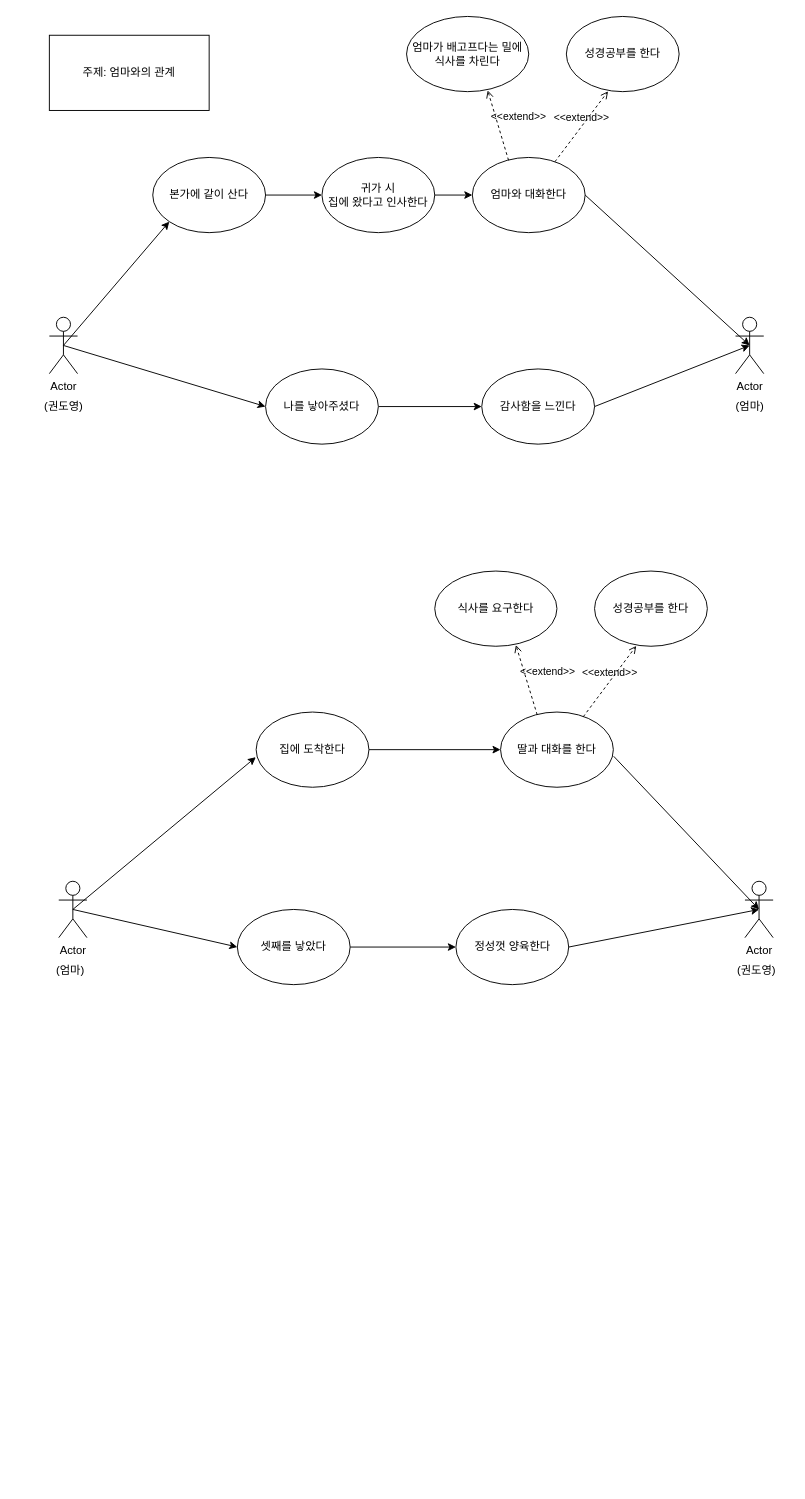
The draw.io diagram 인간관계를 유스케이스 다이어그램으로.drawio in doit0/usecase-diagram, before the edit. Source tidied: cells renumbered, new cells numbered last; positions are measured from the earlier drawing's top-left corner, leaving out a move shared by most shapes. Both pictures are drawn from the tidied source at 94%, with x=0, y=0 at pixel (30, 16).
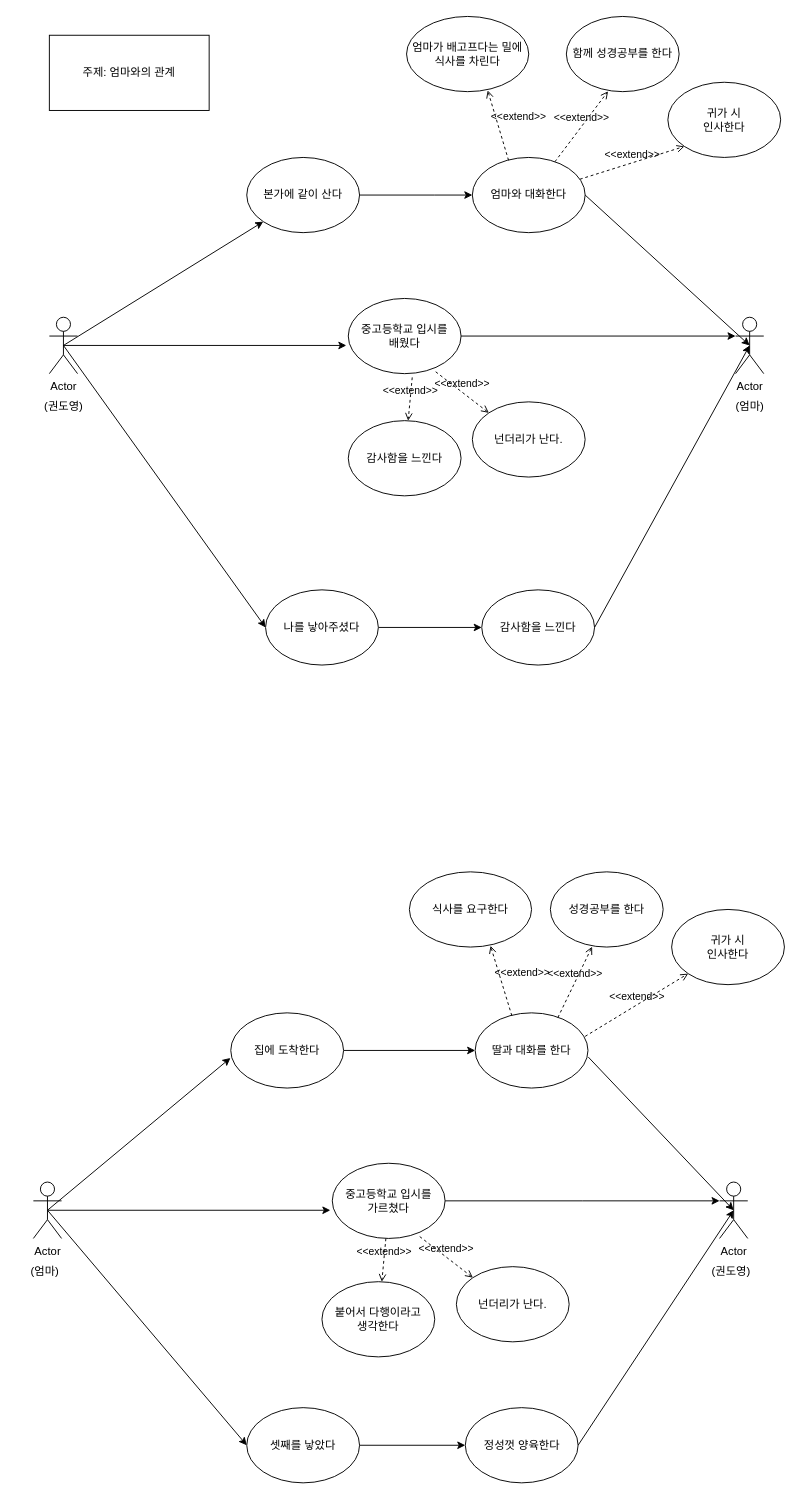
The same page after the edit.

Commit message:
인간관계를 유스케이스 다이어그램으로.drawio 업데이트

The change refers to these unchanged cells:
```xml
<mxCell id="2" value="Actor" style="shape=umlActor;verticalLabelPosition=bottom;verticalAlign=top;html=1;outlineConnect=0;" parent="1" vertex="1">
  <mxGeometry x="20" y="320" width="30" height="60" as="geometry" />
</mxCell>
<mxCell id="4" value="Actor" style="shape=umlActor;verticalLabelPosition=bottom;verticalAlign=top;html=1;outlineConnect=0;" parent="1" vertex="1">
  <mxGeometry x="750" y="320" width="30" height="60" as="geometry" />
</mxCell>
<mxCell id="17" value="엄마와 대화한다" style="ellipse;whiteSpace=wrap;html=1;" parent="1" vertex="1">
  <mxGeometry x="470" y="150" width="120" height="80" as="geometry" />
</mxCell>
```

Diff of the diagram source:
```diff
@@
     <mxCell id="6" value="Actor" style="shape=umlActor;verticalLabelPosition=bottom;verticalAlign=top;html=1;outlineConnect=0;" parent="1" vertex="1">
-      <mxGeometry x="30" y="920" width="30" height="60" as="geometry" />
+      <mxGeometry x="3" y="1240" width="30" height="60" as="geometry" />
     </mxCell>
     <mxCell id="7" value="(권도영)" style="text;html=1;align=center;verticalAlign=middle;strokeColor=none;fillColor=none;" parent="1" vertex="1">
-      <mxGeometry x="737" y="1000" width="70" height="30" as="geometry" />
+      <mxGeometry x="710" y="1320" width="70" height="30" as="geometry" />
     </mxCell>
     <mxCell id="8" value="Actor" style="shape=umlActor;verticalLabelPosition=bottom;verticalAlign=top;html=1;outlineConnect=0;" parent="1" vertex="1">
-      <mxGeometry x="760" y="920" width="30" height="60" as="geometry" />
+      <mxGeometry x="733" y="1240" width="30" height="60" as="geometry" />
     </mxCell>
     <mxCell id="9" value="(엄마)" style="text;html=1;align=center;verticalAlign=middle;strokeColor=none;fillColor=none;" parent="1" vertex="1">
-      <mxGeometry x="12" y="1000" width="60" height="30" as="geometry" />
+      <mxGeometry x="-15" y="1320" width="60" height="30" as="geometry" />
     </mxCell>
-    <mxCell id="10" style="edgeStyle=orthogonalEdgeStyle;rounded=0;jettySize=auto;html=1;" parent="1" edge="1" source="11" target="17">
-      <mxGeometry relative="1" as="geometry" />
-    </mxCell>
-    <mxCell id="11" value="귀가 시&lt;br&gt;집에 왔다고 인사한다" style="ellipse;whiteSpace=wrap;html=1;" parent="1" vertex="1">
-      <mxGeometry x="310" y="150" width="120" height="80" as="geometry" />
+    <mxCell id="11" value="귀가 시&lt;br&gt;인사한다" style="ellipse;whiteSpace=wrap;html=1;" parent="1" vertex="1">
+      <mxGeometry x="678" y="70" width="120" height="80" as="geometry" />
     </mxCell>
@@
     <mxCell id="15" value="나를 낳아주셨다" style="ellipse;whiteSpace=wrap;html=1;" parent="1" vertex="1">
-      <mxGeometry x="250" y="375" width="120" height="80" as="geometry" />
+      <mxGeometry x="250" y="610" width="120" height="80" as="geometry" />
     </mxCell>
@@
     <mxCell id="19" value="집에 도착한다" style="ellipse;whiteSpace=wrap;html=1;" parent="1" vertex="1">
-      <mxGeometry x="240" y="740" width="120" height="80" as="geometry" />
+      <mxGeometry x="213" y="1060" width="120" height="80" as="geometry" />
     </mxCell>
@@
     <mxCell id="22" value="셋째를 낳았다" style="ellipse;whiteSpace=wrap;html=1;" parent="1" vertex="1">
-      <mxGeometry x="220" y="950" width="120" height="80" as="geometry" />
+      <mxGeometry x="230" y="1480" width="120" height="80" as="geometry" />
     </mxCell>
@@
     <mxCell id="24" value="딸과 대화를 한다" style="ellipse;whiteSpace=wrap;html=1;" parent="1" vertex="1">
-      <mxGeometry x="500" y="740" width="120" height="80" as="geometry" />
+      <mxGeometry x="473" y="1060" width="120" height="80" as="geometry" />
     </mxCell>
@@
     <mxCell id="26" value="감사함을 느낀다" style="ellipse;whiteSpace=wrap;html=1;" parent="1" vertex="1">
-      <mxGeometry x="480" y="375" width="120" height="80" as="geometry" />
+      <mxGeometry x="480" y="610" width="120" height="80" as="geometry" />
     </mxCell>
@@
-    <mxCell id="32" value="성경공부를 한다" style="ellipse;whiteSpace=wrap;html=1;" parent="1" vertex="1">
+    <mxCell id="32" value="함께 성경공부를 한다" style="ellipse;whiteSpace=wrap;html=1;" parent="1" vertex="1">
       <mxGeometry x="570" width="120" height="80" as="geometry" />
     </mxCell>
-    <mxCell id="33" style="edgeStyle=orthogonalEdgeStyle;rounded=0;jettySize=auto;html=1;" parent="1" edge="1" source="34" target="11">
-      <mxGeometry relative="1" as="geometry" />
-    </mxCell>
+    <mxCell id="41" style="edgeStyle=orthogonalEdgeStyle;rounded=0;jettySize=auto;html=1;" parent="1" edge="1" source="34" target="17">
+      <mxGeometry relative="1" as="geometry">
+        <Array as="points">
+          <mxPoint x="430" y="190" />
+          <mxPoint x="430" y="190" />
+        </Array>
+      </mxGeometry>
+    </mxCell>
     <mxCell id="34" value="본가에 같이 산다" style="ellipse;whiteSpace=wrap;html=1;" parent="1" vertex="1">
-      <mxGeometry x="130" y="150" width="120" height="80" as="geometry" />
+      <mxGeometry x="230" y="150" width="120" height="80" as="geometry" />
     </mxCell>
     <mxCell id="35" value="&amp;lt;&amp;lt;extend&amp;gt;&amp;gt;" style="html=1;verticalAlign=bottom;labelBackgroundColor=none;endArrow=open;endFill=0;dashed=1;rounded=0;entryX=0.664;entryY=0.983;entryDx=0;entryDy=0;entryPerimeter=0;exitX=0.321;exitY=0.038;exitDx=0;exitDy=0;exitPerimeter=0;" parent="1" edge="1" target="37">
       <mxGeometry x="-0.18" y="-21" relative="1" as="geometry">
-        <mxPoint x="539" y="743" as="sourcePoint" />
+        <mxPoint x="512" y="1063" as="sourcePoint" />
       </mxGeometry>
     </mxCell>
     <mxCell id="36" value="&amp;lt;&amp;lt;extend&amp;gt;&amp;gt;" style="html=1;verticalAlign=bottom;labelBackgroundColor=none;endArrow=open;endFill=0;dashed=1;rounded=0;exitX=0.732;exitY=0.057;exitDx=0;exitDy=0;exitPerimeter=0;entryX=0.37;entryY=0.995;entryDx=0;entryDy=0;entryPerimeter=0;" parent="1" edge="1" target="38">
       <mxGeometry relative="1" as="geometry">
-        <mxPoint x="588" y="745" as="sourcePoint" />
+        <mxPoint x="561" y="1065" as="sourcePoint" />
       </mxGeometry>
     </mxCell>
     <mxCell id="37" value="식사를 요구한다" style="ellipse;whiteSpace=wrap;html=1;" parent="1" vertex="1">
-      <mxGeometry x="430" y="590" width="130" height="80" as="geometry" />
+      <mxGeometry x="403" y="910" width="130" height="80" as="geometry" />
     </mxCell>
     <mxCell id="38" value="성경공부를 한다" style="ellipse;whiteSpace=wrap;html=1;" parent="1" vertex="1">
-      <mxGeometry x="600" y="590" width="120" height="80" as="geometry" />
+      <mxGeometry x="553" y="910" width="120" height="80" as="geometry" />
     </mxCell>
     <mxCell id="39" value="정성껏 양육한다" style="ellipse;whiteSpace=wrap;html=1;" parent="1" vertex="1">
-      <mxGeometry x="452.5" y="950" width="120" height="80" as="geometry" />
+      <mxGeometry x="462.5" y="1480" width="120" height="80" as="geometry" />
     </mxCell>
@@
+    <mxCell id="42" value="&amp;lt;&amp;lt;extend&amp;gt;&amp;gt;" style="html=1;verticalAlign=bottom;labelBackgroundColor=none;endArrow=open;endFill=0;dashed=1;rounded=0;entryX=0;entryY=1;entryDx=0;entryDy=0;" parent="1" edge="1" source="17" target="11">
+      <mxGeometry relative="1" as="geometry" />
+    </mxCell>
+    <mxCell id="43" style="endArrow=classic;html=1;rounded=0;exitX=0.5;exitY=0.5;exitDx=0;exitDy=0;exitPerimeter=0;entryX=-0.017;entryY=0.625;entryDx=0;entryDy=0;entryPerimeter=0;" parent="1" edge="1" source="2" target="45">
+      <mxGeometry relative="1" as="geometry" />
+    </mxCell>
+    <mxCell id="44" style="edgeStyle=orthogonalEdgeStyle;rounded=0;jettySize=auto;html=1;entryX=0;entryY=0.3333333333333333;entryDx=0;entryDy=0;entryPerimeter=0;" parent="1" edge="1" source="45" target="4">
+      <mxGeometry relative="1" as="geometry" />
+    </mxCell>
+    <mxCell id="45" value="중고등학교 입시를&lt;br&gt;배웠다" style="ellipse;whiteSpace=wrap;html=1;" parent="1" vertex="1">
+      <mxGeometry x="338" y="300" width="120" height="80" as="geometry" />
+    </mxCell>
+    <mxCell id="46" value="넌더리가 난다." style="ellipse;whiteSpace=wrap;html=1;" parent="1" vertex="1">
+      <mxGeometry x="470" y="410" width="120" height="80" as="geometry" />
+    </mxCell>
+    <mxCell id="47" value="귀가 시&lt;br&gt;인사한다" style="ellipse;whiteSpace=wrap;html=1;" parent="1" vertex="1">
+      <mxGeometry x="682" y="950" width="120" height="80" as="geometry" />
+    </mxCell>
+    <mxCell id="48" value="&amp;lt;&amp;lt;extend&amp;gt;&amp;gt;" style="html=1;verticalAlign=bottom;labelBackgroundColor=none;endArrow=open;endFill=0;dashed=1;rounded=0;exitX=0.975;exitY=0.313;exitDx=0;exitDy=0;exitPerimeter=0;entryX=0;entryY=1;entryDx=0;entryDy=0;" parent="1" edge="1" source="24" target="47">
+      <mxGeometry relative="1" as="geometry" />
+    </mxCell>
+    <mxCell id="49" value="&amp;lt;&amp;lt;extend&amp;gt;&amp;gt;" style="html=1;verticalAlign=bottom;labelBackgroundColor=none;endArrow=open;endFill=0;dashed=1;rounded=0;entryX=0;entryY=0;entryDx=0;entryDy=0;exitX=0.775;exitY=0.975;exitDx=0;exitDy=0;exitPerimeter=0;" parent="1" edge="1" source="45" target="46">
+      <mxGeometry relative="1" as="geometry" />
+    </mxCell>
+    <mxCell id="50" value="감사함을 느낀다" style="ellipse;whiteSpace=wrap;html=1;" parent="1" vertex="1">
+      <mxGeometry x="338" y="430" width="120" height="80" as="geometry" />
+    </mxCell>
+    <mxCell id="51" value="&amp;lt;&amp;lt;extend&amp;gt;&amp;gt;" style="html=1;verticalAlign=bottom;labelBackgroundColor=none;endArrow=open;endFill=0;dashed=1;rounded=0;exitX=0.567;exitY=1.05;exitDx=0;exitDy=0;exitPerimeter=0;" parent="1" edge="1" source="45" target="50">
+      <mxGeometry relative="1" as="geometry" />
+    </mxCell>
+    <mxCell id="52" style="endArrow=classic;html=1;rounded=0;exitX=0.5;exitY=0.5;exitDx=0;exitDy=0;exitPerimeter=0;entryX=-0.017;entryY=0.625;entryDx=0;entryDy=0;entryPerimeter=0;" parent="1" edge="1" target="54">
+      <mxGeometry relative="1" as="geometry">
+        <mxPoint x="18" y="1270" as="sourcePoint" />
+      </mxGeometry>
+    </mxCell>
+    <mxCell id="53" style="edgeStyle=orthogonalEdgeStyle;rounded=0;jettySize=auto;html=1;entryX=0;entryY=0.3333333333333333;entryDx=0;entryDy=0;entryPerimeter=0;" parent="1" edge="1" source="54">
+      <mxGeometry relative="1" as="geometry">
+        <mxPoint x="733" y="1260" as="targetPoint" />
+      </mxGeometry>
+    </mxCell>
+    <mxCell id="54" value="중고등학교 입시를&lt;br&gt;가르쳤다" style="ellipse;whiteSpace=wrap;html=1;" parent="1" vertex="1">
+      <mxGeometry x="321" y="1220" width="120" height="80" as="geometry" />
+    </mxCell>
+    <mxCell id="55" value="넌더리가 난다." style="ellipse;whiteSpace=wrap;html=1;" parent="1" vertex="1">
+      <mxGeometry x="453" y="1330" width="120" height="80" as="geometry" />
+    </mxCell>
+    <mxCell id="56" value="&amp;lt;&amp;lt;extend&amp;gt;&amp;gt;" style="html=1;verticalAlign=bottom;labelBackgroundColor=none;endArrow=open;endFill=0;dashed=1;rounded=0;entryX=0;entryY=0;entryDx=0;entryDy=0;exitX=0.775;exitY=0.975;exitDx=0;exitDy=0;exitPerimeter=0;" parent="1" edge="1" source="54" target="55">
+      <mxGeometry relative="1" as="geometry" />
+    </mxCell>
+    <mxCell id="57" value="붙어서 다행이라고&lt;br&gt;생각한다" style="ellipse;whiteSpace=wrap;html=1;" parent="1" vertex="1">
+      <mxGeometry x="310" y="1346" width="120" height="80" as="geometry" />
+    </mxCell>
+    <mxCell id="58" value="&amp;lt;&amp;lt;extend&amp;gt;&amp;gt;" style="html=1;verticalAlign=bottom;labelBackgroundColor=none;endArrow=open;endFill=0;dashed=1;rounded=0;exitX=0.567;exitY=1.05;exitDx=0;exitDy=0;exitPerimeter=0;" parent="1" edge="1" target="57">
+      <mxGeometry relative="1" as="geometry">
+        <mxPoint x="378" y="1300" as="sourcePoint" />
+      </mxGeometry>
+    </mxCell>
```
